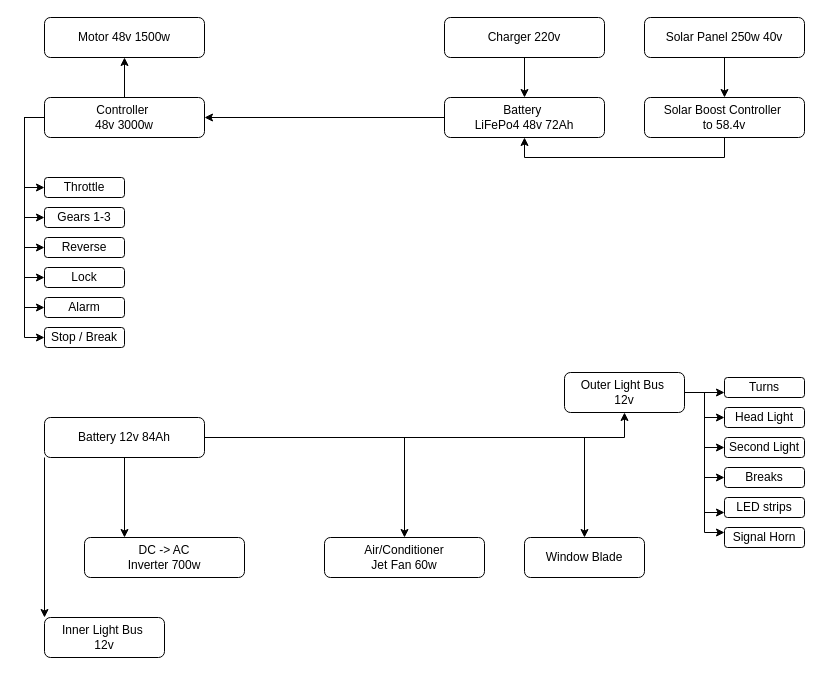
Before: ev-controller-scheme.drawio in diviatrix/electric-vehicle-schemes, a draw.io diagram. Source tidied: cells renumbered, new cells numbered last; positions are measured from the earlier drawing's top-left corner, leaving out a move shared by most shapes. Both pictures are drawn from the tidied source at 100%, with x=0, y=0 at pixel (44, 17).
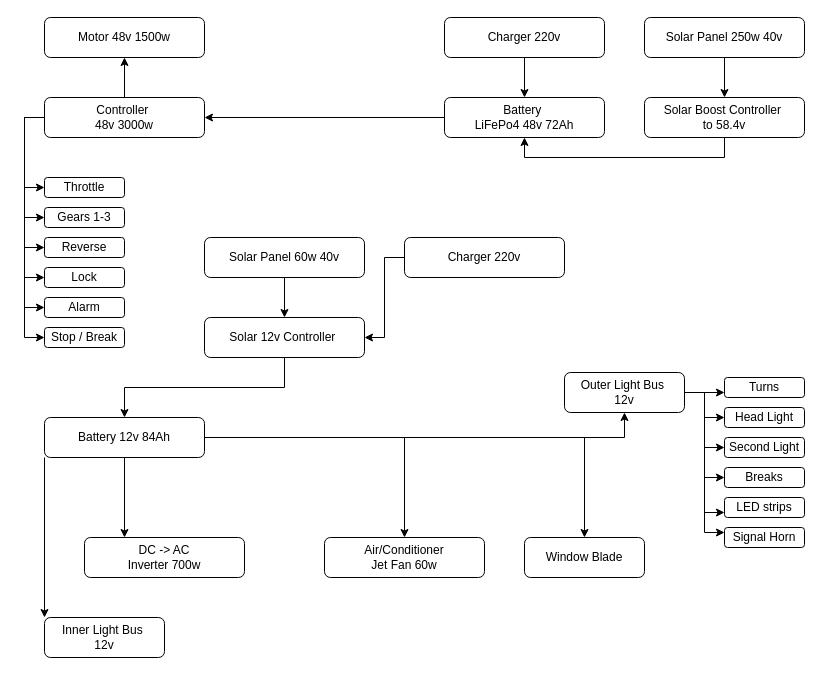
After the change.

The change refers to these unchanged cells:
```xml
<mxCell id="17" value="&lt;div&gt;Battery&amp;nbsp;&lt;span style=&quot;background-color: transparent; color: light-dark(rgb(0, 0, 0), rgb(255, 255, 255));&quot;&gt;12v 84&lt;/span&gt;&lt;span style=&quot;background-color: transparent; color: light-dark(rgb(0, 0, 0), rgb(255, 255, 255));&quot;&gt;Ah&lt;/span&gt;&lt;/div&gt;" style="rounded=1;whiteSpace=wrap;html=1;" parent="1" vertex="1">
  <mxGeometry y="400" width="160" height="40" as="geometry" />
</mxCell>
```

Change to the diagram source:
```diff
@@
+    <mxCell id="48" style="edgeStyle=orthogonalEdgeStyle;rounded=0;jettySize=auto;html=1;entryX=0.5;entryY=0;entryDx=0;entryDy=0;" parent="1" edge="1" source="49" target="51">
+      <mxGeometry relative="1" as="geometry" />
+    </mxCell>
+    <mxCell id="49" value="&lt;div&gt;Solar Panel 60w 40v&lt;/div&gt;" style="rounded=1;whiteSpace=wrap;html=1;" parent="1" vertex="1">
+      <mxGeometry x="160" y="220" width="160" height="40" as="geometry" />
+    </mxCell>
+    <mxCell id="50" style="edgeStyle=orthogonalEdgeStyle;rounded=0;jettySize=auto;html=1;" parent="1" edge="1" source="51" target="17">
+      <mxGeometry relative="1" as="geometry" />
+    </mxCell>
+    <mxCell id="51" value="&lt;div&gt;Solar 12v Controller&amp;nbsp;&lt;/div&gt;" style="rounded=1;whiteSpace=wrap;html=1;" parent="1" vertex="1">
+      <mxGeometry x="160" y="300" width="160" height="40" as="geometry" />
+    </mxCell>
+    <mxCell id="52" style="edgeStyle=orthogonalEdgeStyle;rounded=0;jettySize=auto;html=1;entryX=1;entryY=0.5;entryDx=0;entryDy=0;" parent="1" edge="1" source="53" target="51">
+      <mxGeometry relative="1" as="geometry" />
+    </mxCell>
+    <mxCell id="53" value="&lt;div&gt;Charger 220v&lt;/div&gt;" style="rounded=1;whiteSpace=wrap;html=1;" parent="1" vertex="1">
+      <mxGeometry x="360" y="220" width="160" height="40" as="geometry" />
+    </mxCell>
```
